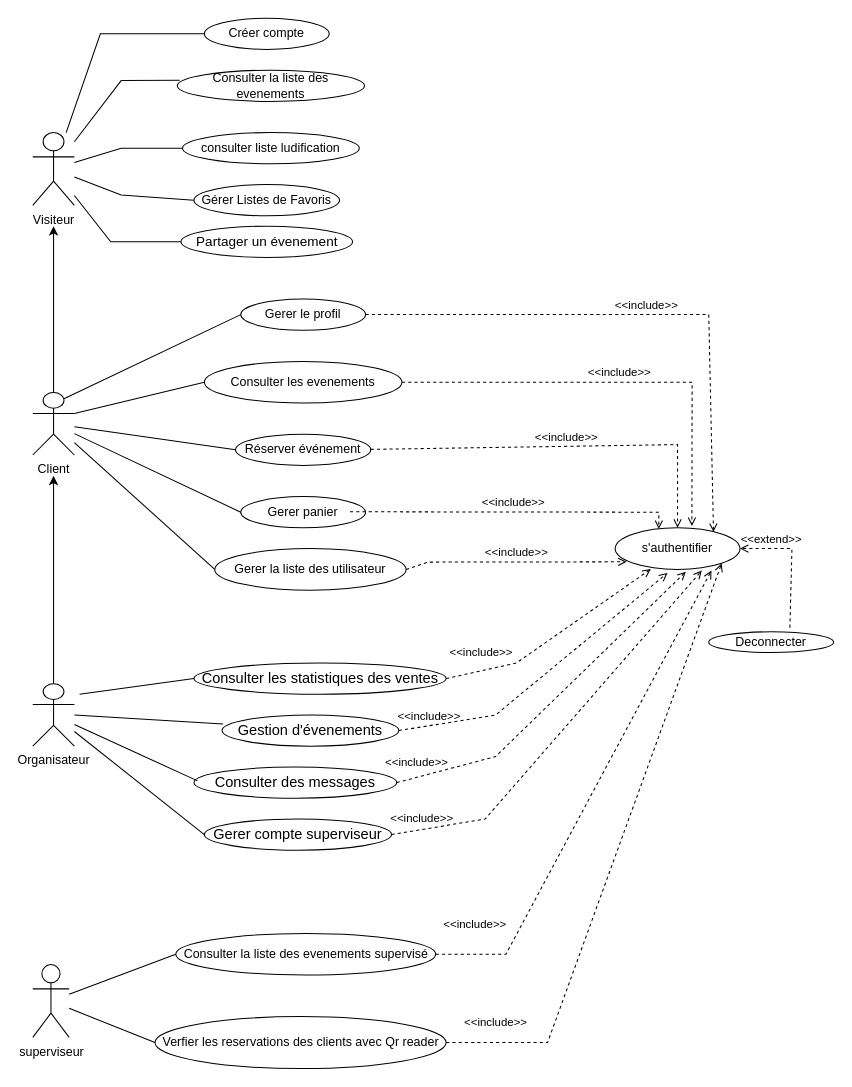
mohamedimem/event- keeps this draw.io diagram as Diagram de cas utilisation/genreal.drawio. Above is the earlier version. Source tidied: cells renumbered, new cells numbered last; positions are measured from the earlier drawing's top-left corner, leaving out a move shared by most shapes. Both pictures are drawn from the tidied source at 104%, with x=0, y=0 at pixel (32, 18).
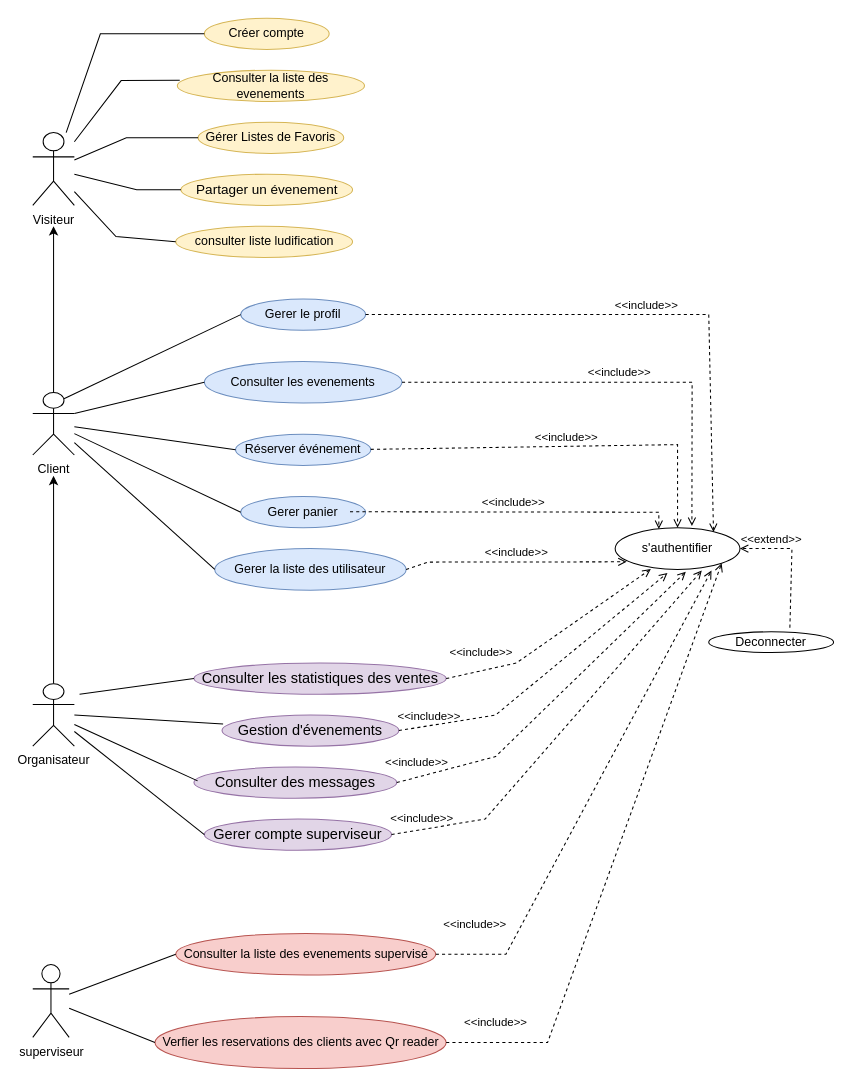
After the change.

Commit message:
Mettre à jour genreal.drawio

The change refers to these unchanged cells:
```xml
<mxCell id="2" value="Visiteur" style="shape=umlActor;verticalLabelPosition=bottom;verticalAlign=top;html=1;outlineConnect=0;" parent="1" vertex="1">
  <mxGeometry y="110" width="40" height="70" as="geometry" />
</mxCell>
```

What changed in the source:
```diff
@@
-    <mxCell id="3" value="Créer compte" style="ellipse;whiteSpace=wrap;html=1;" parent="1" vertex="1">
+    <mxCell id="3" value="Créer compte" style="ellipse;whiteSpace=wrap;html=1;fillColor=#fff2cc;strokeColor=#d6b656;" parent="1" vertex="1">
       <mxGeometry x="165" width="120" height="30" as="geometry" />
     </mxCell>
-    <mxCell id="4" value="Consulter la liste des evenements" style="ellipse;whiteSpace=wrap;html=1;" parent="1" vertex="1">
+    <mxCell id="4" value="Consulter la liste des evenements" style="ellipse;whiteSpace=wrap;html=1;fillColor=#fff2cc;strokeColor=#d6b656;" parent="1" vertex="1">
       <mxGeometry x="139" y="50" width="180" height="30" as="geometry" />
     </mxCell>
@@
-    <mxCell id="9" value="Gerer le profil" style="ellipse;whiteSpace=wrap;html=1;" parent="1" vertex="1">
+    <mxCell id="9" value="Gerer le profil" style="ellipse;whiteSpace=wrap;html=1;fillColor=#dae8fc;strokeColor=#6c8ebf;" parent="1" vertex="1">
       <mxGeometry x="200" y="270" width="120" height="30" as="geometry" />
     </mxCell>
-    <mxCell id="10" value="Gerer panier" style="ellipse;whiteSpace=wrap;html=1;" parent="1" vertex="1">
+    <mxCell id="10" value="Gerer panier" style="ellipse;whiteSpace=wrap;html=1;fillColor=#dae8fc;strokeColor=#6c8ebf;" parent="1" vertex="1">
       <mxGeometry x="200" y="460" width="120" height="30" as="geometry" />
     </mxCell>
-    <mxCell id="11" value="Réserver événement" style="ellipse;whiteSpace=wrap;html=1;" parent="1" vertex="1">
+    <mxCell id="11" value="Réserver événement" style="ellipse;whiteSpace=wrap;html=1;fillColor=#dae8fc;strokeColor=#6c8ebf;" parent="1" vertex="1">
       <mxGeometry x="195" y="400" width="130" height="30" as="geometry" />
     </mxCell>
-    <mxCell id="12" value="Consulter les evenements" style="ellipse;whiteSpace=wrap;html=1;" parent="1" vertex="1">
+    <mxCell id="12" value="Consulter les evenements" style="ellipse;whiteSpace=wrap;html=1;fillColor=#dae8fc;strokeColor=#6c8ebf;" parent="1" vertex="1">
       <mxGeometry x="165" y="330" width="190" height="40" as="geometry" />
     </mxCell>
-    <mxCell id="13" value="Gerer la liste des utilisateur" style="ellipse;whiteSpace=wrap;html=1;" parent="1" vertex="1">
+    <mxCell id="13" value="Gerer la liste des utilisateur" style="ellipse;whiteSpace=wrap;html=1;fillColor=#dae8fc;strokeColor=#6c8ebf;" parent="1" vertex="1">
       <mxGeometry x="175" y="510" width="184" height="40" as="geometry" />
     </mxCell>
@@
-    <mxCell id="22" value="&lt;font style=&quot;font-size: 14px;&quot;&gt;Consulter les statistiques des ventes &lt;/font&gt;" style="ellipse;whiteSpace=wrap;html=1;" parent="1" vertex="1">
+    <mxCell id="22" value="&lt;font style=&quot;font-size: 14px;&quot;&gt;Consulter les statistiques des ventes &lt;/font&gt;" style="ellipse;whiteSpace=wrap;html=1;fillColor=#e1d5e7;strokeColor=#9673a6;" parent="1" vertex="1">
       <mxGeometry x="155" y="620" width="242.5" height="30" as="geometry" />
     </mxCell>
-    <mxCell id="23" value="&lt;font style=&quot;font-size: 14px;&quot;&gt;Gestion d'évenements&lt;/font&gt;" style="ellipse;whiteSpace=wrap;html=1;" parent="1" vertex="1">
+    <mxCell id="23" value="&lt;font style=&quot;font-size: 14px;&quot;&gt;Gestion d'évenements&lt;/font&gt;" style="ellipse;whiteSpace=wrap;html=1;fillColor=#e1d5e7;strokeColor=#9673a6;" parent="1" vertex="1">
       <mxGeometry x="182" y="670" width="170" height="30" as="geometry" />
     </mxCell>
-    <mxCell id="24" value="&lt;font style=&quot;font-size: 14px;&quot;&gt;Consulter des messages  &lt;/font&gt;" style="ellipse;whiteSpace=wrap;html=1;" parent="1" vertex="1">
+    <mxCell id="24" value="&lt;font style=&quot;font-size: 14px;&quot;&gt;Consulter des messages  &lt;/font&gt;" style="ellipse;whiteSpace=wrap;html=1;fillColor=#e1d5e7;strokeColor=#9673a6;" parent="1" vertex="1">
       <mxGeometry x="155" y="720" width="195" height="30" as="geometry" />
     </mxCell>
-    <mxCell id="25" value="&lt;font style=&quot;font-size: 14px;&quot;&gt;Gerer compte superviseur&lt;/font&gt;" style="ellipse;whiteSpace=wrap;html=1;" parent="1" vertex="1">
+    <mxCell id="25" value="&lt;font style=&quot;font-size: 14px;&quot;&gt;Gerer compte superviseur&lt;/font&gt;" style="ellipse;whiteSpace=wrap;html=1;fillColor=#e1d5e7;strokeColor=#9673a6;" parent="1" vertex="1">
       <mxGeometry x="165" y="770" width="180" height="30" as="geometry" />
     </mxCell>
@@
-    <mxCell id="31" value="Consulter la liste des evenements supervisé" style="ellipse;whiteSpace=wrap;html=1;" parent="1" vertex="1">
+    <mxCell id="31" value="Consulter la liste des evenements supervisé" style="ellipse;whiteSpace=wrap;html=1;fillColor=#f8cecc;strokeColor=#b85450;" parent="1" vertex="1">
       <mxGeometry x="137.5" y="880" width="250" height="40" as="geometry" />
     </mxCell>
-    <mxCell id="32" value="Verfier les reservations des clients avec Qr reader" style="ellipse;whiteSpace=wrap;html=1;" parent="1" vertex="1">
+    <mxCell id="32" value="Verfier les reservations des clients avec Qr reader" style="ellipse;whiteSpace=wrap;html=1;fillColor=#f8cecc;strokeColor=#b85450;" parent="1" vertex="1">
       <mxGeometry x="117.5" y="960" width="280" height="50" as="geometry" />
     </mxCell>
@@
-    <mxCell id="49" value="consulter liste ludification" style="ellipse;whiteSpace=wrap;html=1;" parent="1" vertex="1">
-      <mxGeometry x="144" y="110" width="170" height="30" as="geometry" />
+    <mxCell id="49" value="consulter liste ludification" style="ellipse;whiteSpace=wrap;html=1;fillColor=#fff2cc;strokeColor=#d6b656;" parent="1" vertex="1">
+      <mxGeometry x="137.5" y="200" width="170" height="30" as="geometry" />
     </mxCell>
-    <mxCell id="50" value="Partager un évenement" style="html=1;overflow=block;blockSpacing=1;whiteSpace=wrap;ellipse;fontSize=13;spacing=3.8;strokeColor=#080808;strokeOpacity=100;rounded=1;absoluteArcSize=1;arcSize=9;strokeWidth=1;lucidId=KpitLF8Kvkj4;" parent="1" vertex="1">
-      <mxGeometry x="142.5" y="200" width="165" height="30" as="geometry" />
+    <mxCell id="50" value="Partager un évenement" style="html=1;overflow=block;blockSpacing=1;whiteSpace=wrap;ellipse;fontSize=13;spacing=3.8;strokeColor=#d6b656;strokeOpacity=100;rounded=1;absoluteArcSize=1;arcSize=9;strokeWidth=1;lucidId=KpitLF8Kvkj4;fillColor=#fff2cc;" parent="1" vertex="1">
+      <mxGeometry x="142.5" y="150" width="165" height="30" as="geometry" />
     </mxCell>
     <mxCell id="51" style="endArrow=none;html=1;rounded=0;entryX=0;entryY=0.5;entryDx=0;entryDy=0;" parent="1" edge="1" source="2" target="49">
       <mxGeometry relative="1" as="geometry">
         <Array as="points">
-          <mxPoint x="85" y="125" />
+          <mxPoint x="80" y="210" />
         </Array>
       </mxGeometry>
     </mxCell>
     <mxCell id="52" style="endArrow=none;html=1;rounded=0;entryX=0;entryY=0.5;entryDx=0;entryDy=0;" parent="1" edge="1" source="2" target="50">
       <mxGeometry relative="1" as="geometry">
         <Array as="points">
-          <mxPoint x="75" y="215" />
+          <mxPoint x="100" y="165" />
         </Array>
       </mxGeometry>
     </mxCell>
-    <mxCell id="53" value="Gérer Listes de Favoris " style="ellipse;whiteSpace=wrap;html=1;" parent="1" vertex="1">
-      <mxGeometry x="155" y="160" width="140" height="30" as="geometry" />
+    <mxCell id="53" value="Gérer Listes de Favoris " style="ellipse;whiteSpace=wrap;html=1;fillColor=#fff2cc;strokeColor=#d6b656;" parent="1" vertex="1">
+      <mxGeometry x="159" y="100" width="140" height="30" as="geometry" />
     </mxCell>
     <mxCell id="54" style="endArrow=none;html=1;rounded=0;entryX=0;entryY=0.5;entryDx=0;entryDy=0;" parent="1" edge="1" source="2" target="53">
       <mxGeometry relative="1" as="geometry">
         <Array as="points">
-          <mxPoint x="85" y="170" />
+          <mxPoint x="90" y="115" />
         </Array>
       </mxGeometry>
     </mxCell>
```
